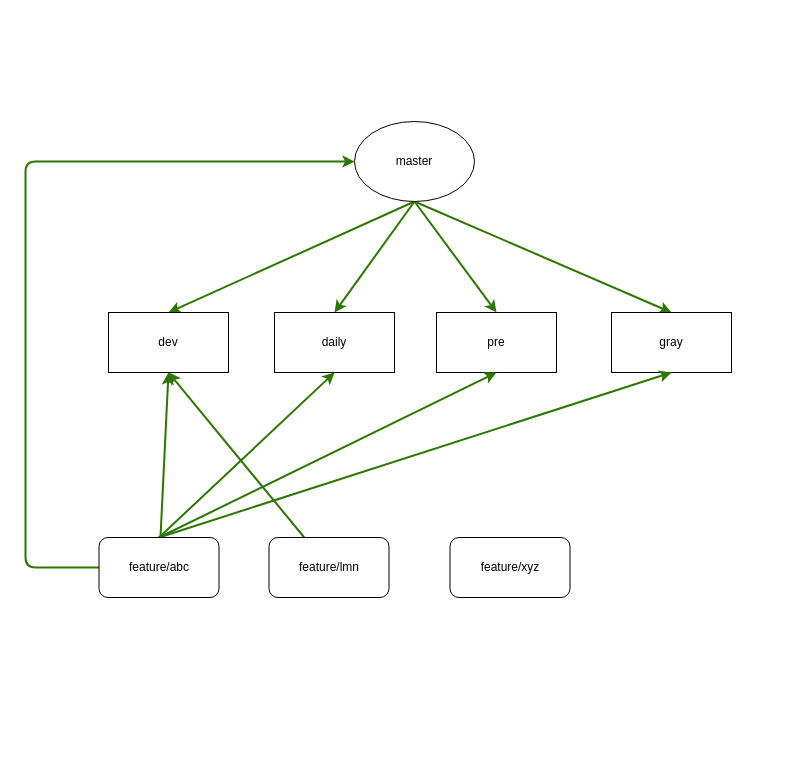
Earlier version of the draw.io diagram 工程分支管理.drawio (catface996/images). Source tidied: cells renumbered, new cells numbered last; positions are measured from the earlier drawing's top-left corner, leaving out a move shared by most shapes. Both pictures are drawn from the tidied source at 100%, with x=0, y=0 at pixel (25, 121).
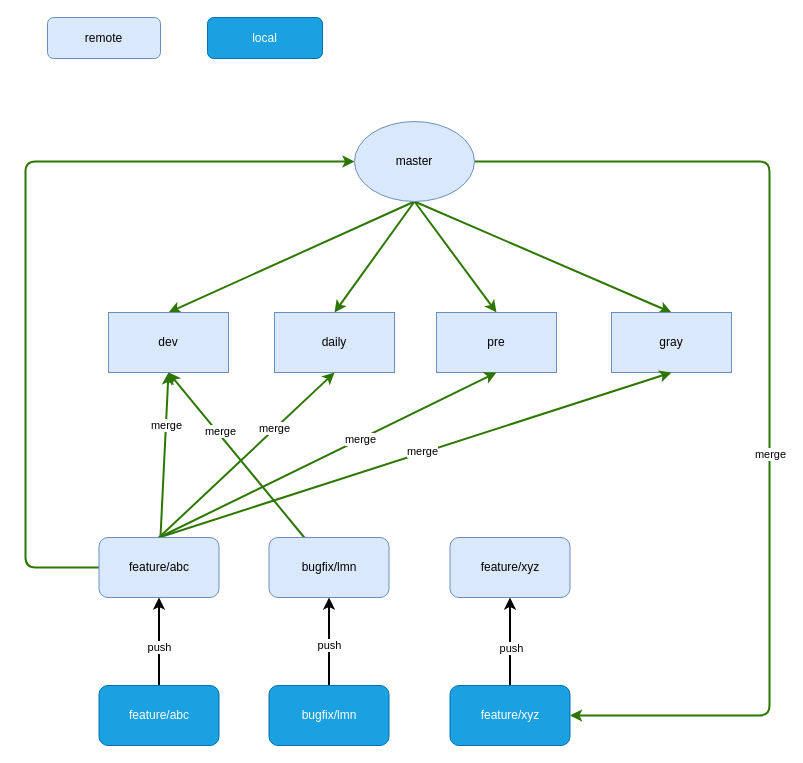
The same diagram, later.

Commit message (it also covers changes not shown here):
更新工程分支管理.drawio

Unchanged cells that the change refers to:
```xml
<mxCell id="11" style="edgeStyle=none;rounded=1;jettySize=auto;html=1;entryX=0.5;entryY=1;entryDx=0;entryDy=0;strokeWidth=2;fillColor=#60a917;strokeColor=#2D7600;" parent="1" edge="1" source="16" target="7">
  <mxGeometry relative="1" as="geometry" />
</mxCell>
<mxCell id="12" style="edgeStyle=none;rounded=1;jettySize=auto;html=1;entryX=0.5;entryY=1;entryDx=0;entryDy=0;strokeWidth=2;exitX=0.5;exitY=0;exitDx=0;exitDy=0;fillColor=#60a917;strokeColor=#2D7600;" parent="1" edge="1" source="16" target="8">
  <mxGeometry relative="1" as="geometry" />
</mxCell>
<mxCell id="13" style="edgeStyle=none;rounded=1;jettySize=auto;html=1;entryX=0.5;entryY=1;entryDx=0;entryDy=0;strokeWidth=2;exitX=0.5;exitY=0;exitDx=0;exitDy=0;fillColor=#60a917;strokeColor=#2D7600;" parent="1" edge="1" source="16" target="9">
  <mxGeometry relative="1" as="geometry" />
</mxCell>
<mxCell id="14" style="edgeStyle=none;rounded=1;jettySize=auto;html=1;entryX=0.5;entryY=1;entryDx=0;entryDy=0;strokeWidth=2;exitX=0.5;exitY=0;exitDx=0;exitDy=0;fillColor=#60a917;strokeColor=#2D7600;" parent="1" edge="1" source="16" target="10">
  <mxGeometry relative="1" as="geometry" />
</mxCell>
<mxCell id="17" style="edgeStyle=none;rounded=1;jettySize=auto;html=1;entryX=0.5;entryY=1;entryDx=0;entryDy=0;strokeWidth=2;fillColor=#60a917;strokeColor=#2D7600;" parent="1" edge="1" source="18" target="7">
  <mxGeometry relative="1" as="geometry" />
</mxCell>
```

Diff of the diagram source:
```diff
@@
+    <mxCell id="20" style="edgeStyle=orthogonalEdgeStyle;rounded=1;jettySize=auto;html=1;entryX=1;entryY=0.5;entryDx=0;entryDy=0;strokeWidth=2;fillColor=#60a917;strokeColor=#2D7600;" parent="1" edge="1" source="6" target="35">
+      <mxGeometry relative="1" as="geometry">
+        <Array as="points">
+          <mxPoint x="744" y="40" />
+          <mxPoint x="744" y="594" />
+        </Array>
+      </mxGeometry>
+    </mxCell>
+    <mxCell id="21" value="merge" style="edgeLabel;html=1;align=center;verticalAlign=middle;" parent="20" vertex="1">
+      <mxGeometry x="0.12" relative="1" as="geometry" />
+    </mxCell>
-    <mxCell id="6" value="master" style="ellipse;whiteSpace=wrap;html=1;" parent="1" vertex="1">
+    <mxCell id="6" value="master" style="ellipse;whiteSpace=wrap;html=1;fillColor=#dae8fc;strokeColor=#6c8ebf;" parent="1" vertex="1">
       <mxGeometry x="329" width="120" height="80" as="geometry" />
     </mxCell>
-    <mxCell id="7" value="dev" style="rounded=0;whiteSpace=wrap;html=1;" parent="1" vertex="1">
+    <mxCell id="7" value="dev" style="rounded=0;whiteSpace=wrap;html=1;fillColor=#dae8fc;strokeColor=#6c8ebf;" parent="1" vertex="1">
       <mxGeometry x="83" y="191" width="120" height="60" as="geometry" />
     </mxCell>
-    <mxCell id="8" value="daily" style="rounded=0;whiteSpace=wrap;html=1;" parent="1" vertex="1">
+    <mxCell id="8" value="daily" style="rounded=0;whiteSpace=wrap;html=1;fillColor=#dae8fc;strokeColor=#6c8ebf;" parent="1" vertex="1">
       <mxGeometry x="249" y="191" width="120" height="60" as="geometry" />
     </mxCell>
-    <mxCell id="9" value="pre" style="rounded=0;whiteSpace=wrap;html=1;" parent="1" vertex="1">
+    <mxCell id="9" value="pre" style="rounded=0;whiteSpace=wrap;html=1;fillColor=#dae8fc;strokeColor=#6c8ebf;" parent="1" vertex="1">
       <mxGeometry x="411" y="191" width="120" height="60" as="geometry" />
     </mxCell>
-    <mxCell id="10" value="gray" style="rounded=0;whiteSpace=wrap;html=1;" parent="1" vertex="1">
+    <mxCell id="10" value="gray" style="rounded=0;whiteSpace=wrap;html=1;fillColor=#dae8fc;strokeColor=#6c8ebf;" parent="1" vertex="1">
       <mxGeometry x="586" y="191" width="120" height="60" as="geometry" />
     </mxCell>
@@
+    <mxCell id="22" value="merge" style="edgeLabel;html=1;align=center;verticalAlign=middle;" parent="11" vertex="1">
+      <mxGeometry x="0.37" relative="1" as="geometry" />
+    </mxCell>
@@
+    <mxCell id="23" value="merge" style="edgeLabel;html=1;align=center;verticalAlign=middle;" parent="12" vertex="1">
+      <mxGeometry x="0.32" y="1" relative="1" as="geometry" />
+    </mxCell>
@@
+    <mxCell id="24" value="merge" style="edgeLabel;html=1;align=center;verticalAlign=middle;" parent="13" vertex="1">
+      <mxGeometry x="0.19" relative="1" as="geometry" />
+    </mxCell>
@@
+    <mxCell id="25" value="merge" style="edgeLabel;html=1;align=center;verticalAlign=middle;" parent="14" vertex="1">
+      <mxGeometry x="0.03" y="2" relative="1" as="geometry" />
+    </mxCell>
@@
-    <mxCell id="16" value="feature/abc" style="rounded=1;whiteSpace=wrap;html=1;" parent="1" vertex="1">
+    <mxCell id="16" value="feature/abc" style="rounded=1;whiteSpace=wrap;html=1;fillColor=#dae8fc;strokeColor=#6c8ebf;" parent="1" vertex="1">
       <mxGeometry x="73.5" y="416" width="120" height="60" as="geometry" />
     </mxCell>
@@
+    <mxCell id="26" value="merge" style="edgeLabel;html=1;align=center;verticalAlign=middle;" parent="17" vertex="1">
+      <mxGeometry x="0.27" y="-3" relative="1" as="geometry" />
+    </mxCell>
-    <mxCell id="18" value="feature/lmn" style="rounded=1;whiteSpace=wrap;html=1;" parent="1" vertex="1">
+    <mxCell id="18" value="bugfix/lmn" style="rounded=1;whiteSpace=wrap;html=1;fillColor=#dae8fc;strokeColor=#6c8ebf;" parent="1" vertex="1">
       <mxGeometry x="243.5" y="416" width="120" height="60" as="geometry" />
     </mxCell>
-    <mxCell id="19" value="feature/xyz" style="rounded=1;whiteSpace=wrap;html=1;" parent="1" vertex="1">
+    <mxCell id="19" value="feature/xyz" style="rounded=1;whiteSpace=wrap;html=1;fillColor=#dae8fc;strokeColor=#6c8ebf;" parent="1" vertex="1">
       <mxGeometry x="424.5" y="416" width="120" height="60" as="geometry" />
     </mxCell>
+    <mxCell id="27" style="edgeStyle=orthogonalEdgeStyle;rounded=1;jettySize=auto;html=1;strokeWidth=2;" parent="1" edge="1" source="29" target="16">
+      <mxGeometry relative="1" as="geometry" />
+    </mxCell>
+    <mxCell id="28" value="push" style="edgeLabel;html=1;align=center;verticalAlign=middle;" parent="27" vertex="1">
+      <mxGeometry x="-0.11" relative="1" as="geometry" />
+    </mxCell>
+    <mxCell id="29" value="feature/abc" style="rounded=1;whiteSpace=wrap;html=1;fillColor=#1ba1e2;strokeColor=#006EAF;fontColor=#ffffff;" parent="1" vertex="1">
+      <mxGeometry x="73.5" y="564" width="120" height="60" as="geometry" />
+    </mxCell>
+    <mxCell id="30" style="edgeStyle=orthogonalEdgeStyle;rounded=1;jettySize=auto;html=1;entryX=0.5;entryY=1;entryDx=0;entryDy=0;strokeWidth=2;" parent="1" edge="1" source="32" target="18">
+      <mxGeometry relative="1" as="geometry" />
+    </mxCell>
+    <mxCell id="31" value="push" style="edgeLabel;html=1;align=center;verticalAlign=middle;" parent="30" vertex="1">
+      <mxGeometry x="-0.07" y="1" relative="1" as="geometry">
+        <mxPoint x="1" as="offset" />
+      </mxGeometry>
+    </mxCell>
+    <mxCell id="32" value="bugfix/lmn" style="rounded=1;whiteSpace=wrap;html=1;fillColor=#1ba1e2;strokeColor=#006EAF;fontColor=#ffffff;" parent="1" vertex="1">
+      <mxGeometry x="243.5" y="564" width="120" height="60" as="geometry" />
+    </mxCell>
+    <mxCell id="33" style="edgeStyle=orthogonalEdgeStyle;rounded=1;jettySize=auto;html=1;entryX=0.5;entryY=1;entryDx=0;entryDy=0;strokeWidth=2;" parent="1" edge="1" source="35" target="19">
+      <mxGeometry relative="1" as="geometry" />
+    </mxCell>
+    <mxCell id="34" value="push" style="edgeLabel;html=1;align=center;verticalAlign=middle;" parent="33" vertex="1">
+      <mxGeometry x="-0.14" y="-1" relative="1" as="geometry" />
+    </mxCell>
+    <mxCell id="35" value="feature/xyz" style="rounded=1;whiteSpace=wrap;html=1;fillColor=#1ba1e2;strokeColor=#006EAF;fontColor=#ffffff;" parent="1" vertex="1">
+      <mxGeometry x="424.5" y="564" width="120" height="60" as="geometry" />
+    </mxCell>
+    <mxCell id="36" value="remote" style="rounded=1;whiteSpace=wrap;html=1;fillColor=#dae8fc;strokeColor=#6c8ebf;" parent="1" vertex="1">
+      <mxGeometry x="22" y="-104" width="113" height="41" as="geometry" />
+    </mxCell>
+    <mxCell id="37" value="local" style="rounded=1;whiteSpace=wrap;html=1;fillColor=#1ba1e2;strokeColor=#006EAF;fontColor=#ffffff;" parent="1" vertex="1">
+      <mxGeometry x="182" y="-104" width="115" height="41" as="geometry" />
+    </mxCell>
```
